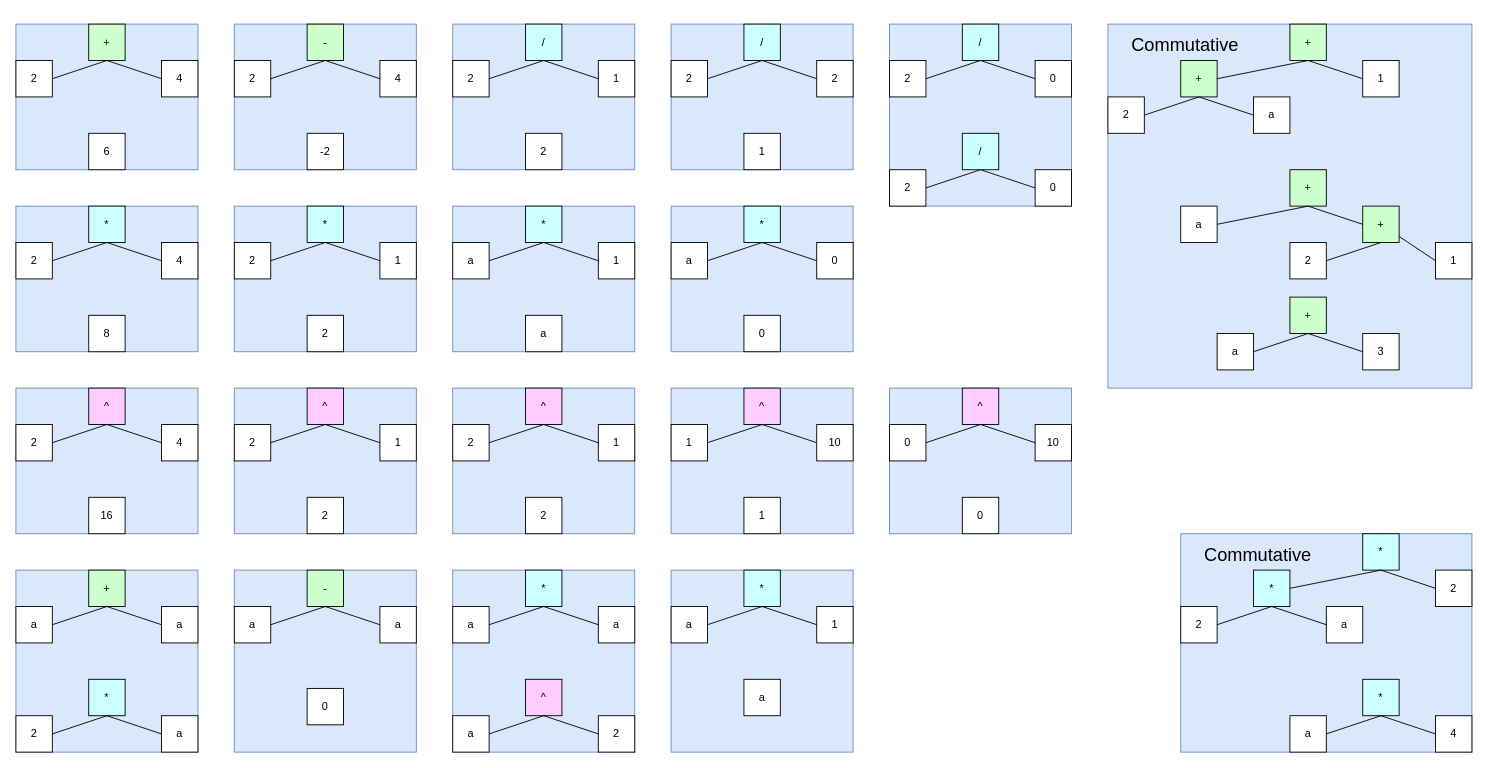
This is page "Simplify-Basic" (3 of 4) of expression-1.drawio from Snorkungen/expression, a draw.io file, before an edit. Source tidied: cells renumbered, new cells numbered last; positions are measured from the earlier drawing's top-left corner, leaving out a move shared by most shapes. Both pictures are drawn from the tidied source at 91%, with x=0, y=0 at pixel (15, 24).
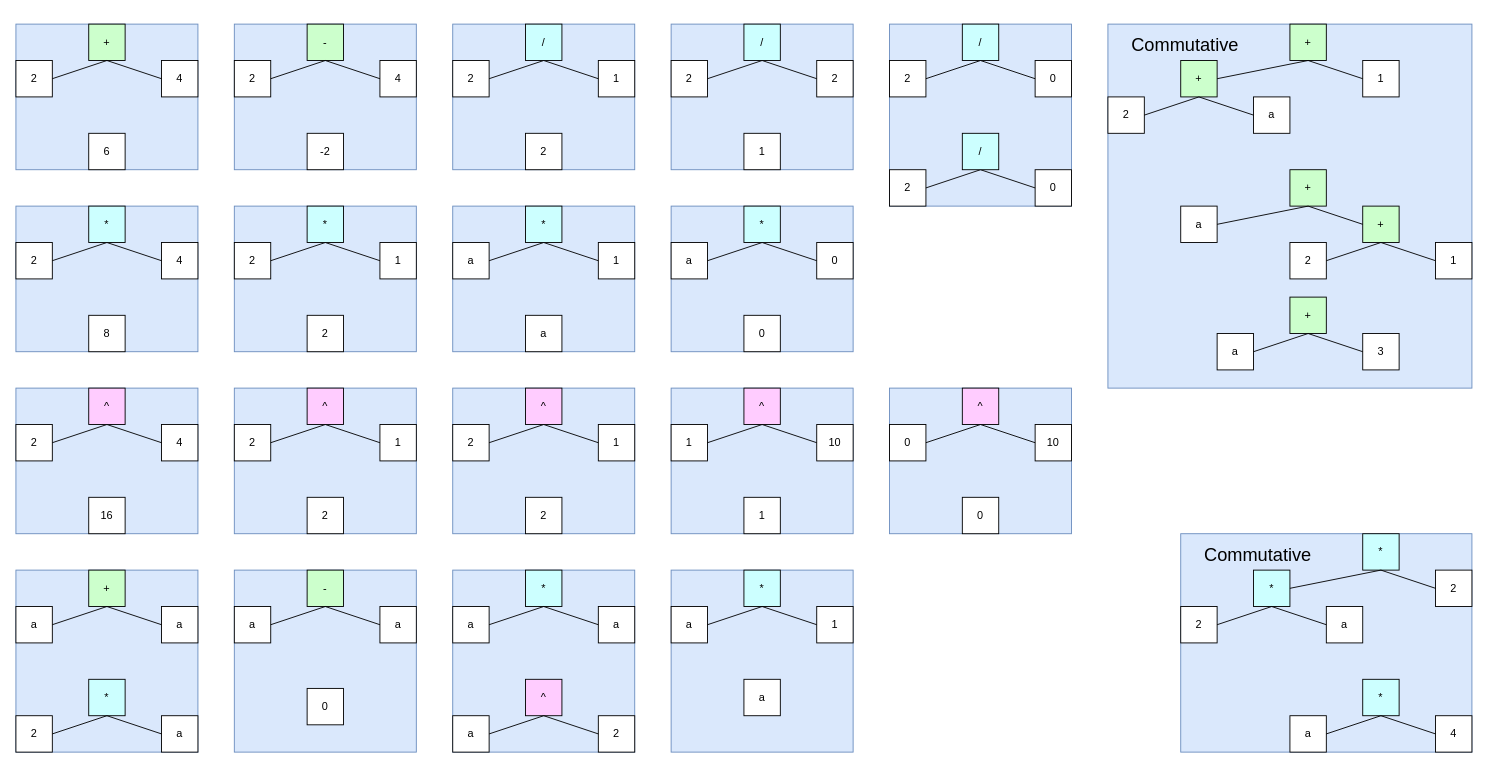
The same diagram, later.

Unchanged cells that the change refers to:
```xml
<mxCell id="173" value="1" style="rounded=0;whiteSpace=wrap;html=1;" parent="1" vertex="1">
  <mxGeometry x="1560" y="240" width="40" height="40" as="geometry" />
</mxCell>
<mxCell id="176" value="+" style="rounded=0;whiteSpace=wrap;html=1;fillColor=#CCFFCC;" parent="1" vertex="1">
  <mxGeometry x="1480" y="200" width="40" height="40" as="geometry" />
</mxCell>
```

What changed in the source:
```diff
@@
-    <mxCell id="179" style="endArrow=none;html=1;fontSize=40;exitX=0;exitY=0.5;exitDx=0;exitDy=0;" parent="1" edge="1" source="173" target="176">
+    <mxCell id="179" style="endArrow=none;html=1;fontSize=40;exitX=0;exitY=0.5;exitDx=0;exitDy=0;entryX=0.5;entryY=1;entryDx=0;entryDy=0;" parent="1" edge="1" source="173" target="176">
       <mxGeometry relative="1" as="geometry" />
     </mxCell>
```
